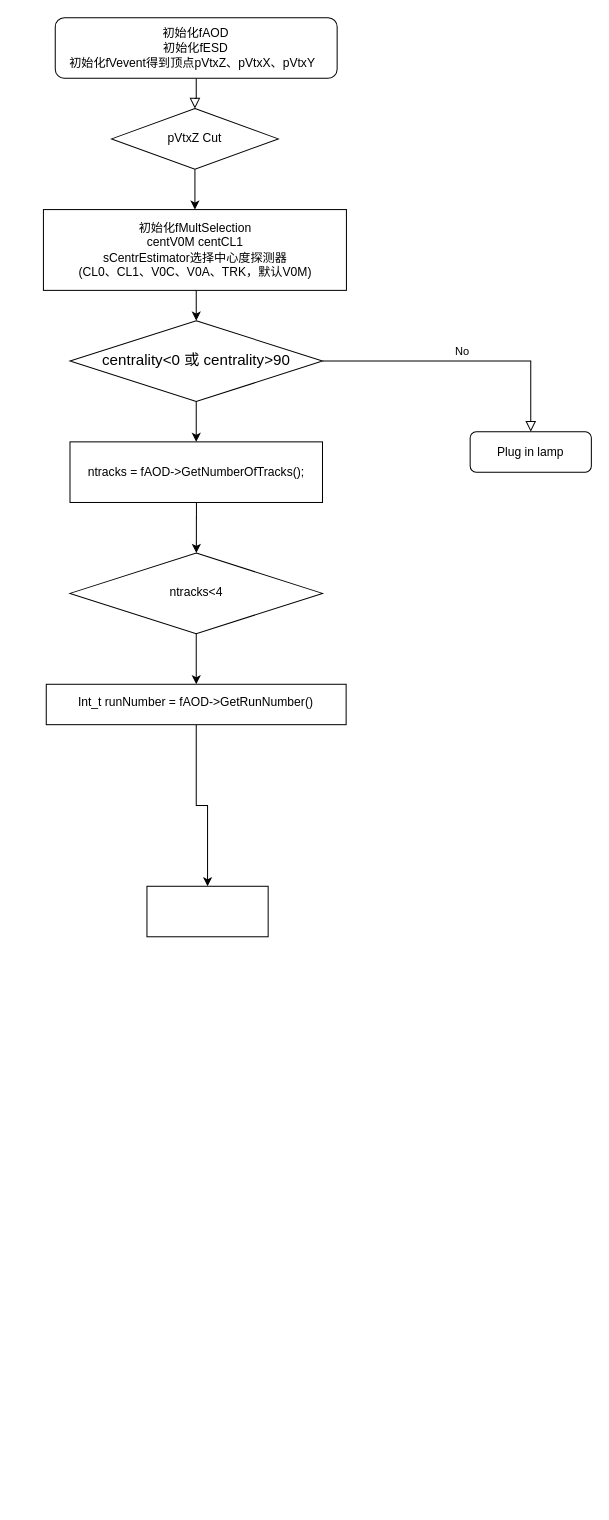
ChunzhengLab/LambdaPIDCorrelation keeps this draw.io diagram as Untitled Diagram.drawio. Above is the earlier version. Source tidied: cells renumbered, new cells numbered last; positions are measured from the earlier drawing's top-left corner, leaving out a move shared by most shapes. Both pictures are drawn from the tidied source at 101%, with x=0, y=0 at pixel (43, 17).
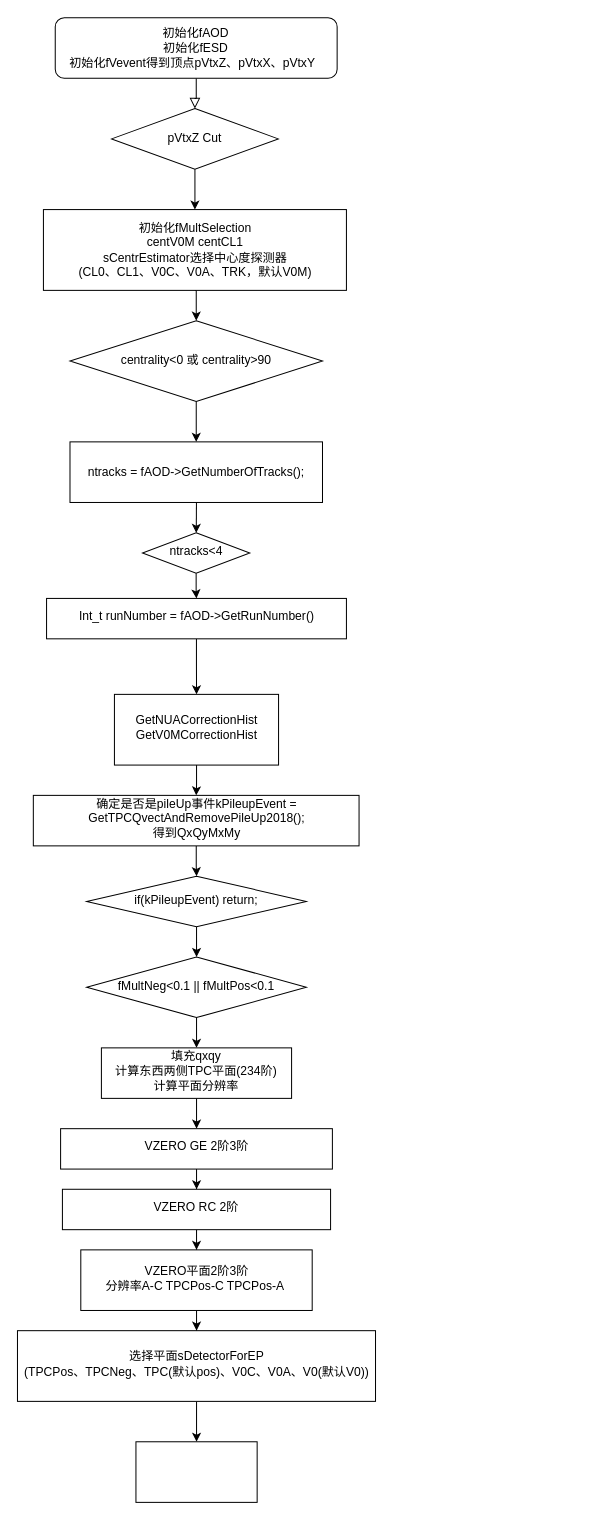
Above is the later version.

Diff of the diagram source:
```diff
@@
-    <mxCell id="2" style="rounded=0;html=1;jettySize=auto;fontSize=11;endArrow=block;endFill=0;endSize=8;strokeWidth=1;shadow=0;labelBackgroundColor=none;edgeStyle=orthogonalEdgeStyle;entryX=0.5;entryY=0;entryDx=0;entryDy=0;" parent="1" edge="1" source="3" target="9">
+    <mxCell id="2" style="rounded=0;html=1;jettySize=auto;fontSize=12;endArrow=block;endFill=0;endSize=8;strokeWidth=1;shadow=0;labelBackgroundColor=none;edgeStyle=orthogonalEdgeStyle;entryX=0.5;entryY=0;entryDx=0;entryDy=0;fontStyle=0;" parent="1" edge="1" source="3" target="9">
       <mxGeometry relative="1" as="geometry" />
     </mxCell>
-    <mxCell id="3" value="初始化fAOD&lt;br&gt;初始化fESD&lt;br&gt;初始化fVevent得到顶点pVtxZ、pVtxX、pVtxY&amp;nbsp;&amp;nbsp;" style="rounded=1;whiteSpace=wrap;html=1;fontSize=12;glass=0;strokeWidth=1;shadow=0;" parent="1" vertex="1">
+    <mxCell id="3" value="初始化fAOD&lt;br style=&quot;font-size: 12px;&quot;&gt;初始化fESD&lt;br style=&quot;font-size: 12px;&quot;&gt;初始化fVevent得到顶点pVtxZ、pVtxX、pVtxY&amp;nbsp;&amp;nbsp;" style="rounded=1;whiteSpace=wrap;html=1;fontSize=12;glass=0;strokeWidth=1;shadow=0;fontStyle=0;" parent="1" vertex="1">
       <mxGeometry x="11.2" width="279.1" height="60" as="geometry" />
     </mxCell>
-    <mxCell id="4" value="No" style="edgeStyle=orthogonalEdgeStyle;rounded=0;html=1;jettySize=auto;fontSize=11;endArrow=block;endFill=0;endSize=8;strokeWidth=1;shadow=0;labelBackgroundColor=none;" parent="1" edge="1" source="5" target="6">
-      <mxGeometry y="10" relative="1" as="geometry" />
-    </mxCell>
-    <mxCell id="5" value="&lt;div style=&quot;font-size: 15px ; line-height: 20px&quot;&gt;centrality&amp;lt;0 或 centrality&amp;gt;90&lt;/div&gt;" style="rhombus;whiteSpace=wrap;html=1;shadow=0;fontFamily=Helvetica;fontSize=12;align=center;strokeWidth=1;spacing=6;spacingTop=-4;" parent="1" vertex="1">
+    <mxCell id="5" value="&lt;div style=&quot;font-size: 12px; line-height: 20px;&quot;&gt;centrality&amp;lt;0 或 centrality&amp;gt;90&lt;/div&gt;" style="rhombus;whiteSpace=wrap;html=1;shadow=0;fontFamily=Helvetica;fontSize=12;align=center;strokeWidth=1;spacing=6;spacingTop=-4;fontStyle=0;" parent="1" vertex="1">
       <mxGeometry x="25.8" y="300" width="250" height="80" as="geometry" />
     </mxCell>
-    <mxCell id="6" value="Plug in lamp" style="rounded=1;whiteSpace=wrap;html=1;fontSize=12;glass=0;strokeWidth=1;shadow=0;" parent="1" vertex="1">
-      <mxGeometry x="422" y="410" width="120" height="40" as="geometry" />
-    </mxCell>
-    <mxCell id="7" style="edgeStyle=orthogonalEdgeStyle;rounded=0;jettySize=auto;html=1;exitX=0.5;exitY=1;exitDx=0;exitDy=0;entryX=0.5;entryY=0;entryDx=0;entryDy=0;" parent="1" edge="1" source="10" target="5">
+    <mxCell id="7" style="edgeStyle=orthogonalEdgeStyle;rounded=0;jettySize=auto;html=1;exitX=0.5;exitY=1;exitDx=0;exitDy=0;entryX=0.5;entryY=0;entryDx=0;entryDy=0;fontSize=12;fontStyle=0;" parent="1" edge="1" source="10" target="5">
       <mxGeometry relative="1" as="geometry" />
     </mxCell>
-    <mxCell id="8" style="edgeStyle=orthogonalEdgeStyle;rounded=0;jettySize=auto;html=1;" parent="1" edge="1" source="9" target="10">
+    <mxCell id="8" style="edgeStyle=orthogonalEdgeStyle;rounded=0;jettySize=auto;html=1;fontSize=12;fontStyle=0;" parent="1" edge="1" source="9" target="10">
       <mxGeometry relative="1" as="geometry" />
     </mxCell>
-    <mxCell id="9" value="pVtxZ Cut" style="rhombus;whiteSpace=wrap;html=1;" parent="1" vertex="1">
+    <mxCell id="9" value="pVtxZ Cut" style="rhombus;whiteSpace=wrap;html=1;fontSize=12;fontStyle=0;" parent="1" vertex="1">
       <mxGeometry x="67" y="90" width="165" height="60" as="geometry" />
     </mxCell>
-    <mxCell id="10" value="初始化fMultSelection&lt;br&gt;centV0M centCL1&lt;br&gt;sCentrEstimator选择中心度探测器&lt;br&gt;(CL0、CL1、V0C、V0A、TRK，默认V0M)" style="whiteSpace=wrap;html=1;" parent="1" vertex="1">
+    <mxCell id="10" value="初始化fMultSelection&lt;br style=&quot;font-size: 12px;&quot;&gt;centV0M centCL1&lt;br style=&quot;font-size: 12px;&quot;&gt;sCentrEstimator选择中心度探测器&lt;br style=&quot;font-size: 12px;&quot;&gt;(CL0、CL1、V0C、V0A、TRK，默认V0M)" style="whiteSpace=wrap;html=1;fontSize=12;fontStyle=0;" parent="1" vertex="1">
       <mxGeometry x="-0.5" y="190" width="300" height="80" as="geometry" />
     </mxCell>
-    <mxCell id="11" value="ntracks = fAOD-&amp;gt;GetNumberOfTracks();" style="rounded=0;whiteSpace=wrap;html=1;labelBackgroundColor=none;fontFamily=Helvetica;fontColor=#000000;" parent="1" vertex="1">
+    <mxCell id="11" value="ntracks = fAOD-&amp;gt;GetNumberOfTracks();" style="rounded=0;whiteSpace=wrap;html=1;labelBackgroundColor=none;fontFamily=Helvetica;fontColor=#000000;fontSize=12;fontStyle=0;" parent="1" vertex="1">
       <mxGeometry x="25.8" y="420" width="250" height="60" as="geometry" />
     </mxCell>
-    <mxCell id="12" style="endArrow=classic;html=1;rounded=0;fontFamily=Helvetica;fontColor=#000000;exitX=0.5;exitY=1;exitDx=0;exitDy=0;entryX=0.5;entryY=0;entryDx=0;entryDy=0;" parent="1" edge="1" source="5" target="11">
+    <mxCell id="12" style="endArrow=classic;html=1;rounded=0;fontFamily=Helvetica;fontColor=#000000;exitX=0.5;exitY=1;exitDx=0;exitDy=0;entryX=0.5;entryY=0;entryDx=0;entryDy=0;fontSize=12;fontStyle=0;" parent="1" edge="1" source="5" target="11">
       <mxGeometry relative="1" as="geometry" />
     </mxCell>
-    <mxCell id="13" style="edgeStyle=orthogonalEdgeStyle;rounded=0;jettySize=auto;html=1;fontFamily=Helvetica;fontColor=#000000;" parent="1" edge="1" source="14" target="17">
+    <mxCell id="13" style="edgeStyle=orthogonalEdgeStyle;rounded=0;jettySize=auto;html=1;fontFamily=Helvetica;fontColor=#000000;fontSize=12;fontStyle=0;" parent="1" edge="1" source="14" target="17">
       <mxGeometry relative="1" as="geometry" />
     </mxCell>
-    <mxCell id="14" value="&lt;div style=&quot;font-size: 15px ; line-height: 20px&quot;&gt;&lt;span style=&quot;font-size: 12px&quot;&gt;ntracks&amp;lt;4&lt;/span&gt;&lt;br&gt;&lt;/div&gt;" style="rhombus;whiteSpace=wrap;html=1;shadow=0;fontFamily=Helvetica;fontSize=12;align=center;strokeWidth=1;spacing=6;spacingTop=-4;" parent="1" vertex="1">
-      <mxGeometry x="25.8" y="530" width="250" height="80" as="geometry" />
+    <mxCell id="14" value="&lt;div style=&quot;font-size: 12px; line-height: 20px;&quot;&gt;&lt;span style=&quot;font-size: 12px;&quot;&gt;ntracks&amp;lt;4&lt;/span&gt;&lt;br style=&quot;font-size: 12px;&quot;&gt;&lt;/div&gt;" style="rhombus;whiteSpace=wrap;html=1;shadow=0;fontFamily=Helvetica;fontSize=12;align=center;strokeWidth=1;spacing=6;spacingTop=-4;fontStyle=0;" parent="1" vertex="1">
+      <mxGeometry x="97.6" y="510" width="106.2" height="40" as="geometry" />
     </mxCell>
-    <mxCell id="15" style="endArrow=classic;html=1;rounded=0;fontFamily=Helvetica;fontColor=#000000;" parent="1" edge="1" target="14">
+    <mxCell id="15" style="endArrow=classic;html=1;rounded=0;fontFamily=Helvetica;fontColor=#000000;fontSize=12;fontStyle=0;" parent="1" edge="1" target="14">
       <mxGeometry relative="1" as="geometry">
         <mxPoint x="151" y="480" as="sourcePoint" />
       </mxGeometry>
     </mxCell>
-    <mxCell id="16" style="edgeStyle=orthogonalEdgeStyle;rounded=0;jettySize=auto;html=1;fontFamily=Helvetica;fontColor=#000000;" parent="1" edge="1" source="17" target="18">
+    <mxCell id="16" style="edgeStyle=orthogonalEdgeStyle;rounded=0;jettySize=auto;html=1;fontFamily=Helvetica;fontColor=#000000;fontSize=12;fontStyle=0;" parent="1" edge="1" source="17" target="18">
       <mxGeometry relative="1" as="geometry" />
     </mxCell>
-    <mxCell id="17" value="&lt;div&gt;&lt;span&gt;Int_t runNumber = fAOD-&amp;gt;GetRunNumber()&lt;/span&gt;&lt;/div&gt;" style="whiteSpace=wrap;html=1;shadow=0;strokeWidth=1;spacing=6;spacingTop=-4;" parent="1" vertex="1">
-      <mxGeometry x="2.3" y="660" width="296.9" height="40" as="geometry" />
+    <mxCell id="17" value="&lt;div style=&quot;font-size: 12px;&quot;&gt;&lt;span style=&quot;font-size: 12px;&quot;&gt;Int_t runNumber = fAOD-&amp;gt;GetRunNumber()&lt;/span&gt;&lt;/div&gt;" style="whiteSpace=wrap;html=1;shadow=0;strokeWidth=1;spacing=6;spacingTop=-4;fontSize=12;fontStyle=0;" parent="1" vertex="1">
+      <mxGeometry x="2.6" y="575" width="296.9" height="40" as="geometry" />
     </mxCell>
+    <mxCell id="19" style="edgeStyle=orthogonalEdgeStyle;rounded=0;jettySize=auto;html=1;fontFamily=Helvetica;fontColor=#000000;fontSize=12;fontStyle=0;" parent="1" edge="1" source="18" target="21">
+      <mxGeometry relative="1" as="geometry" />
+    </mxCell>
-    <mxCell id="18" style="whiteSpace=wrap;html=1;shadow=0;strokeWidth=1;spacing=6;spacingTop=-4;" parent="1" vertex="1">
-      <mxGeometry x="102" y="860" width="120" height="50" as="geometry" />
+    <mxCell id="18" value="GetNUACorrectionHist&lt;br style=&quot;font-size: 12px;&quot;&gt;GetV0MCorrectionHist" style="whiteSpace=wrap;html=1;shadow=0;strokeWidth=1;spacing=6;spacingTop=-4;fontSize=12;fontStyle=0;" parent="1" vertex="1">
+      <mxGeometry x="69.8" y="670" width="162.5" height="70" as="geometry" />
     </mxCell>
+    <mxCell id="20" style="edgeStyle=orthogonalEdgeStyle;rounded=0;jettySize=auto;html=1;fontFamily=Helvetica;fontColor=#000000;fontSize=12;fontStyle=0;" parent="1" edge="1" source="21" target="23">
+      <mxGeometry relative="1" as="geometry" />
+    </mxCell>
+    <mxCell id="21" value="确定是否是pileUp事件kPileupEvent = GetTPCQvectAndRemovePileUp2018();&lt;br&gt;得到QxQyMxMy" style="whiteSpace=wrap;html=1;shadow=0;strokeWidth=1;spacing=6;spacingTop=-4;fontSize=12;fontStyle=0;" parent="1" vertex="1">
+      <mxGeometry x="-10.5" y="770" width="322.5" height="50" as="geometry" />
+    </mxCell>
+    <mxCell id="22" style="edgeStyle=orthogonalEdgeStyle;rounded=0;jettySize=auto;html=1;fontFamily=Helvetica;fontSize=12;fontColor=#000000;" parent="1" edge="1" source="23" target="25">
+      <mxGeometry relative="1" as="geometry" />
+    </mxCell>
+    <mxCell id="23" value="&lt;p style=&quot;font-size: 12px; line-height: 20px;&quot;&gt;if(kPileupEvent) return;&lt;/p&gt;" style="rhombus;whiteSpace=wrap;html=1;shadow=0;strokeWidth=1;spacing=6;spacingTop=-4;fontSize=12;fontStyle=0;" parent="1" vertex="1">
+      <mxGeometry x="42.3" y="850" width="217.5" height="50" as="geometry" />
+    </mxCell>
+    <mxCell id="24" style="edgeStyle=orthogonalEdgeStyle;rounded=0;jettySize=auto;html=1;fontFamily=Helvetica;fontSize=12;fontColor=#000000;" parent="1" edge="1" source="25" target="27">
+      <mxGeometry relative="1" as="geometry" />
+    </mxCell>
+    <mxCell id="25" value="&lt;p style=&quot;font-size: 12px ; line-height: 20px&quot;&gt;fMultNeg&amp;lt;0.1 || fMultPos&amp;lt;0.1&lt;/p&gt;" style="rhombus;whiteSpace=wrap;html=1;shadow=0;strokeWidth=1;spacing=6;spacingTop=-4;fontSize=12;fontStyle=0;" parent="1" vertex="1">
+      <mxGeometry x="42.3" y="930" width="217.5" height="60" as="geometry" />
+    </mxCell>
+    <mxCell id="26" style="edgeStyle=orthogonalEdgeStyle;rounded=0;jettySize=auto;html=1;fontFamily=Helvetica;fontSize=12;fontColor=#000000;" parent="1" edge="1" source="27" target="29">
+      <mxGeometry relative="1" as="geometry" />
+    </mxCell>
+    <mxCell id="27" value="填充qxqy&lt;br&gt;计算东西两侧TPC平面(234阶)&lt;br&gt;计算平面分辨率" style="whiteSpace=wrap;html=1;shadow=0;fontStyle=0;strokeWidth=1;spacing=6;spacingTop=-4;" parent="1" vertex="1">
+      <mxGeometry x="56.9" y="1020" width="188.3" height="50" as="geometry" />
+    </mxCell>
+    <mxCell id="28" style="edgeStyle=orthogonalEdgeStyle;rounded=0;jettySize=auto;html=1;fontFamily=Helvetica;fontSize=12;fontColor=#000000;" parent="1" edge="1" source="29" target="31">
+      <mxGeometry relative="1" as="geometry" />
+    </mxCell>
+    <mxCell id="29" value="VZERO GE 2阶3阶" style="whiteSpace=wrap;html=1;shadow=0;fontStyle=0;strokeWidth=1;spacing=6;spacingTop=-4;" parent="1" vertex="1">
+      <mxGeometry x="16.5" y="1100" width="269.1" height="40" as="geometry" />
+    </mxCell>
+    <mxCell id="30" style="edgeStyle=orthogonalEdgeStyle;rounded=0;jettySize=auto;html=1;fontFamily=Helvetica;fontSize=12;fontColor=#000000;" parent="1" edge="1" source="31" target="33">
+      <mxGeometry relative="1" as="geometry" />
+    </mxCell>
+    <mxCell id="31" value="VZERO RC 2阶" style="whiteSpace=wrap;html=1;shadow=0;fontStyle=0;strokeWidth=1;spacing=6;spacingTop=-4;" parent="1" vertex="1">
+      <mxGeometry x="18.3" y="1160" width="265.5" height="40" as="geometry" />
+    </mxCell>
+    <mxCell id="32" style="edgeStyle=orthogonalEdgeStyle;rounded=0;jettySize=auto;html=1;fontFamily=Helvetica;fontSize=12;fontColor=#000000;" parent="1" edge="1" source="33" target="35">
+      <mxGeometry relative="1" as="geometry" />
+    </mxCell>
+    <mxCell id="33" value="VZERO平面2阶3阶&lt;br&gt;分辨率A-C TPCPos-C TPCPos-A&amp;nbsp;" style="whiteSpace=wrap;html=1;shadow=0;fontStyle=0;strokeWidth=1;spacing=6;spacingTop=-4;" parent="1" vertex="1">
+      <mxGeometry x="36.5" y="1220" width="229.1" height="60" as="geometry" />
+    </mxCell>
+    <mxCell id="34" style="edgeStyle=orthogonalEdgeStyle;rounded=0;jettySize=auto;html=1;fontFamily=Helvetica;fontSize=12;fontColor=#000000;" parent="1" edge="1" source="35" target="36">
+      <mxGeometry relative="1" as="geometry" />
+    </mxCell>
+    <mxCell id="35" value="选择平面sDetectorForEP&lt;br&gt;(TPCPos、TPCNeg、TPC(默认pos)、V0C、V0A、V0(默认V0))" style="whiteSpace=wrap;html=1;shadow=0;fontStyle=0;strokeWidth=1;spacing=6;spacingTop=-4;" parent="1" vertex="1">
+      <mxGeometry x="-26.2" y="1300" width="354.5" height="70" as="geometry" />
+    </mxCell>
+    <mxCell id="36" style="whiteSpace=wrap;html=1;shadow=0;fontStyle=0;strokeWidth=1;spacing=6;spacingTop=-4;" parent="1" vertex="1">
+      <mxGeometry x="91.1" y="1410" width="120" height="60" as="geometry" />
+    </mxCell>
```
